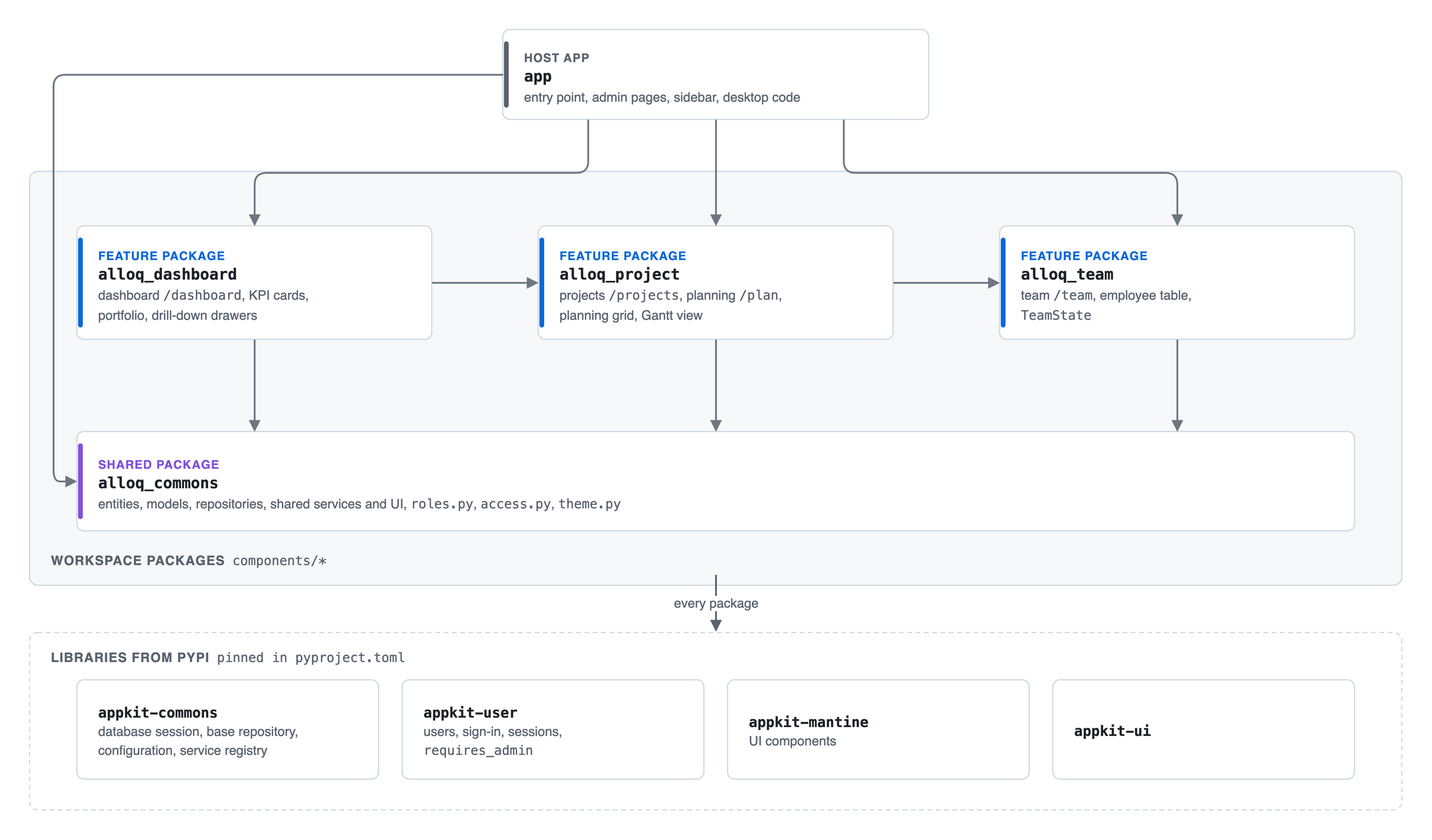
Earlier version of the draw.io export docs/diagrams/package-split.drawio.png (jenreh/alloq). Source tidied: cells renumbered, new cells last; positions are measured from the earlier drawing's top-left corner, leaving out a move shared by most shapes.
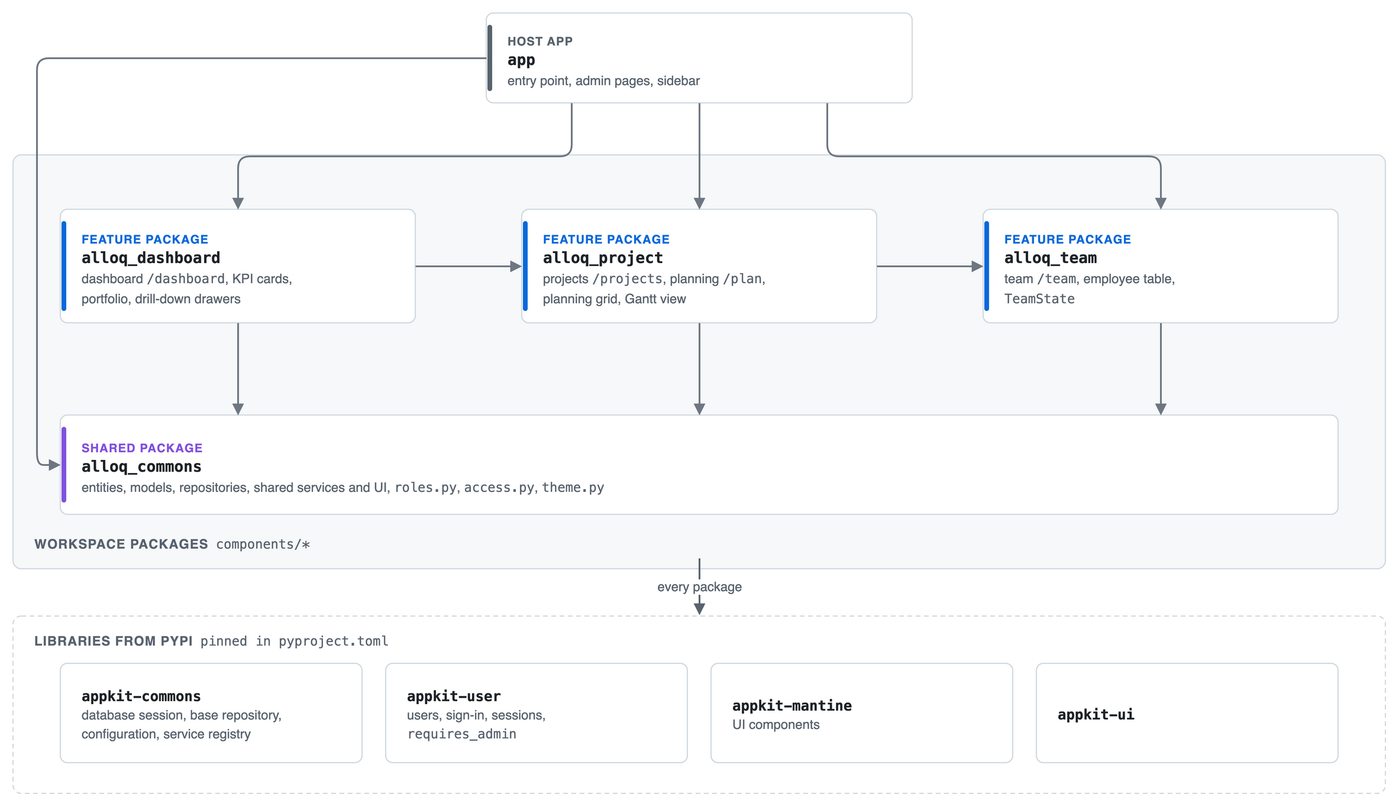
The same diagram one commit later.

Diff of the diagram source:
```diff
@@ -2,7 +2,7 @@
   <root>
     <mxCell id="0" />
     <mxCell id="1" parent="0" />
-    <mxCell id="2" value="&lt;span style=&quot;font-size:10px;font-weight:bold;letter-spacing:0.6px;color:#59636e&quot;&gt;HOST APP&lt;/span&gt;&lt;br&gt;&lt;span style=&quot;font-family:Menlo, SFMono-Regular, Consolas, monospace;font-size:13px&quot;&gt;&lt;b&gt;app&lt;/b&gt;&lt;/span&gt;&lt;br&gt;&lt;span style=&quot;font-size:11px;color:#59636e&quot;&gt;entry point, admin pages, sidebar, desktop code&lt;/span&gt;" style="rounded=1;absoluteArcSize=1;arcSize=12;whiteSpace=wrap;html=1;fillColor=#ffffff;strokeColor=#d1d9e0;strokeWidth=1;fontColor=#1f2328;fontSize=14;align=left;verticalAlign=middle;spacingLeft=16;spacingRight=10;spacingTop=2;" parent="1" vertex="1">
+    <mxCell id="2" value="&lt;span style=&quot;font-size:10px;font-weight:bold;letter-spacing:0.6px;color:#59636e&quot;&gt;HOST APP&lt;/span&gt;&lt;br&gt;&lt;span style=&quot;font-family:Menlo, SFMono-Regular, Consolas, monospace;font-size:13px&quot;&gt;&lt;b&gt;app&lt;/b&gt;&lt;/span&gt;&lt;br&gt;&lt;span style=&quot;font-size:11px;color:#59636e&quot;&gt;entry point, admin pages, sidebar&lt;/span&gt;" style="rounded=1;absoluteArcSize=1;arcSize=12;whiteSpace=wrap;html=1;fillColor=#ffffff;strokeColor=#d1d9e0;strokeWidth=1;fontColor=#1f2328;fontSize=14;align=left;verticalAlign=middle;spacingLeft=16;spacingRight=10;spacingTop=2;" parent="1" vertex="1">
       <mxGeometry x="400" width="360" height="76" as="geometry" />
     </mxCell>
     <mxCell id="3" style="rounded=1;arcSize=50;html=1;fillColor=#59636e;strokeColor=none;" parent="1" vertex="1">
```
